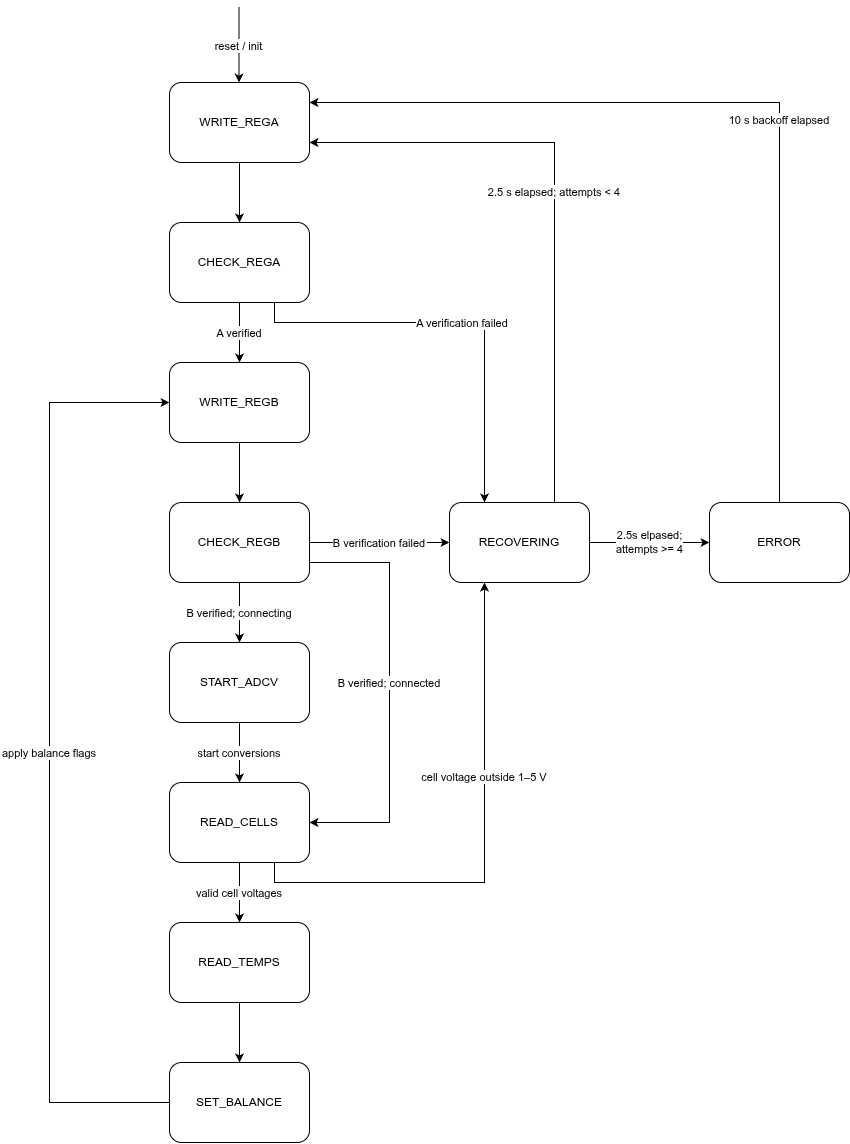
PurdueElectricRacing/monorepo keeps this draw.io diagram as firmware/source/a_box/adbms/ADBMS_FSM.drawio.png. Above is the earlier version. Source tidied: cells renumbered, new cells last; positions are measured from the earlier drawing's top-left corner, leaving out a move shared by most shapes. Source of this version:
```xml
<mxGraphModel background="#FFFFFF">
  <root>
    <mxCell id="0" />
    <mxCell id="1" parent="0" />
    <mxCell id="2" value="WRITE_REGA" style="rounded=1;whiteSpace=wrap;html=0;fillColor=#FFFFFF;strokeColor=#000000;fontFamily=Helvetica;fontSize=12;" parent="1" vertex="1">
      <mxGeometry x="120" y="75" width="140" height="80" as="geometry" />
    </mxCell>
    <mxCell id="3" value="CHECK_REGA" style="rounded=1;whiteSpace=wrap;html=0;fillColor=#FFFFFF;strokeColor=#000000;fontFamily=Helvetica;fontSize=12;" parent="1" vertex="1">
      <mxGeometry x="120" y="215" width="140" height="80" as="geometry" />
    </mxCell>
    <mxCell id="4" value="WRITE_REGB" style="rounded=1;whiteSpace=wrap;html=0;fillColor=#FFFFFF;strokeColor=#000000;fontFamily=Helvetica;fontSize=12;" parent="1" vertex="1">
      <mxGeometry x="120" y="355" width="140" height="80" as="geometry" />
    </mxCell>
    <mxCell id="5" value="CHECK_REGB" style="rounded=1;whiteSpace=wrap;html=0;fillColor=#FFFFFF;strokeColor=#000000;fontFamily=Helvetica;fontSize=12;" parent="1" vertex="1">
      <mxGeometry x="120" y="495" width="140" height="80" as="geometry" />
    </mxCell>
    <mxCell id="6" value="START_ADCV" style="rounded=1;whiteSpace=wrap;html=0;fillColor=#FFFFFF;strokeColor=#000000;fontFamily=Helvetica;fontSize=12;" parent="1" vertex="1">
      <mxGeometry x="120" y="635" width="140" height="80" as="geometry" />
    </mxCell>
    <mxCell id="7" value="READ_CELLS" style="rounded=1;whiteSpace=wrap;html=0;fillColor=#FFFFFF;strokeColor=#000000;fontFamily=Helvetica;fontSize=12;" parent="1" vertex="1">
      <mxGeometry x="120" y="775" width="140" height="80" as="geometry" />
    </mxCell>
    <mxCell id="8" value="READ_TEMPS" style="rounded=1;whiteSpace=wrap;html=0;fillColor=#FFFFFF;strokeColor=#000000;fontFamily=Helvetica;fontSize=12;" parent="1" vertex="1">
      <mxGeometry x="120" y="915" width="140" height="80" as="geometry" />
    </mxCell>
    <mxCell id="9" value="SET_BALANCE" style="rounded=1;whiteSpace=wrap;html=0;fillColor=#FFFFFF;strokeColor=#000000;fontFamily=Helvetica;fontSize=12;" parent="1" vertex="1">
      <mxGeometry x="120" y="1055" width="140" height="80" as="geometry" />
    </mxCell>
    <mxCell id="10" value="2.5s elpased;&lt;div&gt;attempts &amp;gt;= 4&lt;/div&gt;" style="edgeStyle=none;html=1;entryX=0;entryY=0.5;entryDx=0;entryDy=0;" parent="1" edge="1" source="11" target="12">
      <mxGeometry relative="1" as="geometry" />
    </mxCell>
    <mxCell id="11" value="RECOVERING" style="rounded=1;whiteSpace=wrap;html=0;fillColor=#FFFFFF;strokeColor=#000000;fontFamily=Helvetica;fontSize=12;" parent="1" vertex="1">
      <mxGeometry x="400" y="495" width="140" height="80" as="geometry" />
    </mxCell>
    <mxCell id="12" value="ERROR" style="rounded=1;whiteSpace=wrap;html=0;fillColor=#FFFFFF;strokeColor=#000000;fontFamily=Helvetica;fontSize=12;" parent="1" vertex="1">
      <mxGeometry x="660" y="495" width="140" height="80" as="geometry" />
    </mxCell>
    <mxCell id="13" value="reset / init" style="endArrow=classic;html=0;rounded=0;curved=0;strokeColor=#000000;" parent="1" edge="1">
      <mxGeometry relative="1" as="geometry">
        <mxPoint x="189.5" as="sourcePoint" />
        <mxPoint x="189.5" y="75" as="targetPoint" />
      </mxGeometry>
    </mxCell>
    <mxCell id="14" style="endArrow=classic;html=0;rounded=0;curved=0;strokeColor=#000000;" parent="1" edge="1" source="2" target="3">
      <mxGeometry relative="1" as="geometry" />
    </mxCell>
    <mxCell id="15" value="A verified" style="endArrow=classic;html=0;rounded=0;curved=0;strokeColor=#000000;" parent="1" edge="1" source="3" target="4">
      <mxGeometry relative="1" as="geometry" />
    </mxCell>
    <mxCell id="16" style="endArrow=classic;html=0;rounded=0;curved=0;strokeColor=#000000;" parent="1" edge="1" source="4" target="5">
      <mxGeometry relative="1" as="geometry" />
    </mxCell>
    <mxCell id="17" value="B verified; connecting" style="endArrow=classic;html=0;rounded=0;curved=0;strokeColor=#000000;" parent="1" edge="1" source="5" target="6">
      <mxGeometry relative="1" as="geometry" />
    </mxCell>
    <mxCell id="18" value="start conversions" style="endArrow=classic;html=0;rounded=0;curved=0;strokeColor=#000000;" parent="1" edge="1" source="6" target="7">
      <mxGeometry relative="1" as="geometry" />
    </mxCell>
    <mxCell id="19" value="valid cell voltages" style="endArrow=classic;html=0;rounded=0;curved=0;strokeColor=#000000;" parent="1" edge="1" source="7" target="8">
      <mxGeometry relative="1" as="geometry" />
    </mxCell>
    <mxCell id="20" style="endArrow=classic;html=0;rounded=0;curved=0;strokeColor=#000000;" parent="1" edge="1" source="8" target="9">
      <mxGeometry relative="1" as="geometry" />
    </mxCell>
    <mxCell id="21" value="B verified; connected" style="endArrow=classic;html=0;rounded=0;curved=0;strokeColor=#000000;exitX=1;exitY=0.75;exitDx=0;exitDy=0;" parent="1" edge="1" source="5" target="7">
      <mxGeometry x="-0.05" relative="1" as="geometry">
        <Array as="points">
          <mxPoint x="340" y="555" />
          <mxPoint x="340" y="815" />
        </Array>
      </mxGeometry>
    </mxCell>
    <mxCell id="22" value="apply balance flags" style="endArrow=classic;html=0;rounded=0;curved=0;strokeColor=#000000;" parent="1" edge="1" source="9" target="4">
      <mxGeometry relative="1" as="geometry">
        <Array as="points">
          <mxPoint y="1095" />
          <mxPoint y="395" />
        </Array>
      </mxGeometry>
    </mxCell>
    <mxCell id="23" value="A verification failed" style="endArrow=classic;html=0;rounded=0;strokeColor=#000000;exitX=0.75;exitY=1;exitDx=0;exitDy=0;edgeStyle=orthogonalEdgeStyle;entryX=0.25;entryY=0;entryDx=0;entryDy=0;" parent="1" edge="1" source="3" target="11">
      <mxGeometry x="0.02" relative="1" as="geometry">
        <Array as="points">
          <mxPoint x="225" y="315" />
          <mxPoint x="435" y="315" />
        </Array>
      </mxGeometry>
    </mxCell>
    <mxCell id="24" value="B verification failed" style="endArrow=classic;html=0;rounded=0;curved=0;strokeColor=#000000;exitX=1;exitY=0.5;exitDx=0;exitDy=0;" parent="1" edge="1" source="5" target="11">
      <mxGeometry relative="1" as="geometry" />
    </mxCell>
    <mxCell id="25" value="cell voltage outside 1–5 V" style="endArrow=classic;html=0;rounded=0;strokeColor=#000000;exitX=0.75;exitY=1;exitDx=0;exitDy=0;entryX=0.25;entryY=1;entryDx=0;entryDy=0;edgeStyle=orthogonalEdgeStyle;" parent="1" edge="1" source="7" target="11">
      <mxGeometry x="0.27" relative="1" as="geometry">
        <Array as="points">
          <mxPoint x="225" y="875" />
          <mxPoint x="435" y="875" />
        </Array>
      </mxGeometry>
    </mxCell>
    <mxCell id="26" value="2.5 s elapsed; attempts &lt; 4" style="endArrow=classic;html=0;rounded=0;strokeColor=#000000;exitX=0.75;exitY=0;exitDx=0;exitDy=0;entryX=1;entryY=0.75;entryDx=0;entryDy=0;edgeStyle=orthogonalEdgeStyle;" parent="1" edge="1" source="11" target="2">
      <mxGeometry x="0.03" relative="1" as="geometry" />
    </mxCell>
    <mxCell id="27" value="10 s backoff elapsed" style="endArrow=classic;html=0;rounded=0;strokeColor=#000000;edgeStyle=orthogonalEdgeStyle;entryX=1;entryY=0.25;entryDx=0;entryDy=0;exitX=0.5;exitY=0;exitDx=0;exitDy=0;" parent="1" edge="1" source="12" target="2">
      <mxGeometry x="-0.12" relative="1" as="geometry" />
    </mxCell>
  </root>
</mxGraphModel>
```
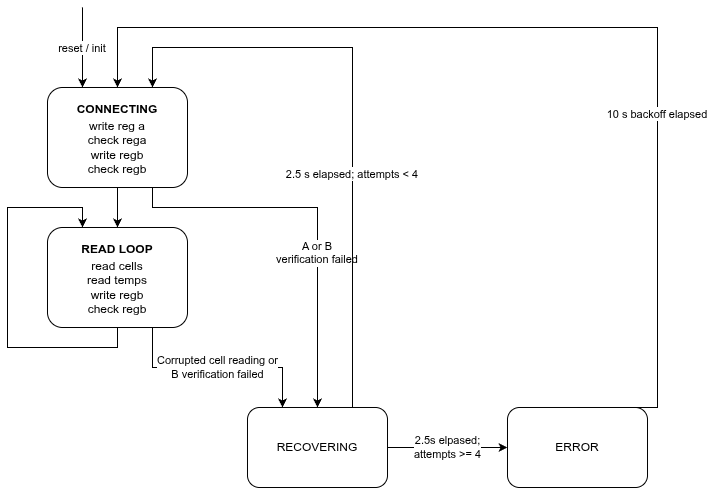
The same file after the commit.

Diff of the diagram source:
```diff
@@ -2,106 +2,71 @@
   <root>
     <mxCell id="0" />
     <mxCell id="1" parent="0" />
-    <mxCell id="2" value="WRITE_REGA" style="rounded=1;whiteSpace=wrap;html=0;fillColor=#FFFFFF;strokeColor=#000000;fontFamily=Helvetica;fontSize=12;" parent="1" vertex="1">
-      <mxGeometry x="120" y="75" width="140" height="80" as="geometry" />
+    <mxCell id="2" value="CONNECTING&#10;&#10;&#10;&#10;" style="rounded=1;whiteSpace=wrap;html=0;fillColor=#FFFFFF;strokeColor=#000000;fontFamily=Helvetica;fontSize=12;fontStyle=1;" parent="1" vertex="1">
+      <mxGeometry x="120" y="75" width="140" height="100" as="geometry" />
     </mxCell>
-    <mxCell id="3" value="CHECK_REGA" style="rounded=1;whiteSpace=wrap;html=0;fillColor=#FFFFFF;strokeColor=#000000;fontFamily=Helvetica;fontSize=12;" parent="1" vertex="1">
-      <mxGeometry x="120" y="215" width="140" height="80" as="geometry" />
+    <mxCell id="3" value="READ LOOP&#10;&#10;&#10;&#10;" style="rounded=1;whiteSpace=wrap;html=0;fillColor=#FFFFFF;strokeColor=#000000;fontFamily=Helvetica;fontSize=12;fontStyle=1;" parent="1" vertex="1">
+      <mxGeometry x="120" y="215" width="140" height="100" as="geometry" />
     </mxCell>
-    <mxCell id="4" value="WRITE_REGB" style="rounded=1;whiteSpace=wrap;html=0;fillColor=#FFFFFF;strokeColor=#000000;fontFamily=Helvetica;fontSize=12;" parent="1" vertex="1">
-      <mxGeometry x="120" y="355" width="140" height="80" as="geometry" />
-    </mxCell>
-    <mxCell id="5" value="CHECK_REGB" style="rounded=1;whiteSpace=wrap;html=0;fillColor=#FFFFFF;strokeColor=#000000;fontFamily=Helvetica;fontSize=12;" parent="1" vertex="1">
-      <mxGeometry x="120" y="495" width="140" height="80" as="geometry" />
-    </mxCell>
-    <mxCell id="6" value="START_ADCV" style="rounded=1;whiteSpace=wrap;html=0;fillColor=#FFFFFF;strokeColor=#000000;fontFamily=Helvetica;fontSize=12;" parent="1" vertex="1">
-      <mxGeometry x="120" y="635" width="140" height="80" as="geometry" />
-    </mxCell>
-    <mxCell id="7" value="READ_CELLS" style="rounded=1;whiteSpace=wrap;html=0;fillColor=#FFFFFF;strokeColor=#000000;fontFamily=Helvetica;fontSize=12;" parent="1" vertex="1">
-      <mxGeometry x="120" y="775" width="140" height="80" as="geometry" />
-    </mxCell>
-    <mxCell id="8" value="READ_TEMPS" style="rounded=1;whiteSpace=wrap;html=0;fillColor=#FFFFFF;strokeColor=#000000;fontFamily=Helvetica;fontSize=12;" parent="1" vertex="1">
-      <mxGeometry x="120" y="915" width="140" height="80" as="geometry" />
-    </mxCell>
-    <mxCell id="9" value="SET_BALANCE" style="rounded=1;whiteSpace=wrap;html=0;fillColor=#FFFFFF;strokeColor=#000000;fontFamily=Helvetica;fontSize=12;" parent="1" vertex="1">
-      <mxGeometry x="120" y="1055" width="140" height="80" as="geometry" />
-    </mxCell>
-    <mxCell id="10" value="2.5s elpased;&lt;div&gt;attempts &amp;gt;= 4&lt;/div&gt;" style="edgeStyle=none;html=1;entryX=0;entryY=0.5;entryDx=0;entryDy=0;" parent="1" edge="1" source="11" target="12">
+    <mxCell id="10" value="&lt;span style=&quot;color: rgb(0, 0, 0);&quot;&gt;2.5s elpased;&lt;/span&gt;&lt;div&gt;&lt;span style=&quot;color: rgb(0, 0, 0);&quot;&gt;attempts &amp;gt;= 4&lt;/span&gt;&lt;/div&gt;" style="edgeStyle=none;html=1;entryX=0;entryY=0.5;entryDx=0;entryDy=0;" parent="1" edge="1" source="11" target="12">
       <mxGeometry relative="1" as="geometry" />
     </mxCell>
     <mxCell id="11" value="RECOVERING" style="rounded=1;whiteSpace=wrap;html=0;fillColor=#FFFFFF;strokeColor=#000000;fontFamily=Helvetica;fontSize=12;" parent="1" vertex="1">
-      <mxGeometry x="400" y="495" width="140" height="80" as="geometry" />
+      <mxGeometry x="320" y="395" width="140" height="80" as="geometry" />
     </mxCell>
     <mxCell id="12" value="ERROR" style="rounded=1;whiteSpace=wrap;html=0;fillColor=#FFFFFF;strokeColor=#000000;fontFamily=Helvetica;fontSize=12;" parent="1" vertex="1">
-      <mxGeometry x="660" y="495" width="140" height="80" as="geometry" />
+      <mxGeometry x="580" y="395" width="140" height="80" as="geometry" />
     </mxCell>
-    <mxCell id="13" value="reset / init" style="endArrow=classic;html=0;rounded=0;curved=0;strokeColor=#000000;" parent="1" edge="1">
+    <mxCell id="13" value="reset / init" style="endArrow=classic;html=0;rounded=0;curved=0;strokeColor=#000000;entryX=0.25;entryY=0;entryDx=0;entryDy=0;" parent="1" edge="1" target="2">
       <mxGeometry relative="1" as="geometry">
-        <mxPoint x="189.5" as="sourcePoint" />
-        <mxPoint x="189.5" y="75" as="targetPoint" />
+        <mxPoint x="155" y="-5" as="sourcePoint" />
       </mxGeometry>
     </mxCell>
     <mxCell id="14" style="endArrow=classic;html=0;rounded=0;curved=0;strokeColor=#000000;" parent="1" edge="1" source="2" target="3">
       <mxGeometry relative="1" as="geometry" />
     </mxCell>
-    <mxCell id="15" value="A verified" style="endArrow=classic;html=0;rounded=0;curved=0;strokeColor=#000000;" parent="1" edge="1" source="3" target="4">
-      <mxGeometry relative="1" as="geometry" />
-    </mxCell>
-    <mxCell id="16" style="endArrow=classic;html=0;rounded=0;curved=0;strokeColor=#000000;" parent="1" edge="1" source="4" target="5">
-      <mxGeometry relative="1" as="geometry" />
-    </mxCell>
-    <mxCell id="17" value="B verified; connecting" style="endArrow=classic;html=0;rounded=0;curved=0;strokeColor=#000000;" parent="1" edge="1" source="5" target="6">
-      <mxGeometry relative="1" as="geometry" />
-    </mxCell>
-    <mxCell id="18" value="start conversions" style="endArrow=classic;html=0;rounded=0;curved=0;strokeColor=#000000;" parent="1" edge="1" source="6" target="7">
-      <mxGeometry relative="1" as="geometry" />
-    </mxCell>
-    <mxCell id="19" value="valid cell voltages" style="endArrow=classic;html=0;rounded=0;curved=0;strokeColor=#000000;" parent="1" edge="1" source="7" target="8">
-      <mxGeometry relative="1" as="geometry" />
-    </mxCell>
-    <mxCell id="20" style="endArrow=classic;html=0;rounded=0;curved=0;strokeColor=#000000;" parent="1" edge="1" source="8" target="9">
-      <mxGeometry relative="1" as="geometry" />
-    </mxCell>
-    <mxCell id="21" value="B verified; connected" style="endArrow=classic;html=0;rounded=0;curved=0;strokeColor=#000000;exitX=1;exitY=0.75;exitDx=0;exitDy=0;" parent="1" edge="1" source="5" target="7">
-      <mxGeometry x="-0.05" relative="1" as="geometry">
-        <Array as="points">
-          <mxPoint x="340" y="555" />
-          <mxPoint x="340" y="815" />
-        </Array>
-      </mxGeometry>
-    </mxCell>
-    <mxCell id="22" value="apply balance flags" style="endArrow=classic;html=0;rounded=0;curved=0;strokeColor=#000000;" parent="1" edge="1" source="9" target="4">
-      <mxGeometry relative="1" as="geometry">
-        <Array as="points">
-          <mxPoint y="1095" />
-          <mxPoint y="395" />
-        </Array>
-      </mxGeometry>
-    </mxCell>
-    <mxCell id="23" value="A verification failed" style="endArrow=classic;html=0;rounded=0;strokeColor=#000000;exitX=0.75;exitY=1;exitDx=0;exitDy=0;edgeStyle=orthogonalEdgeStyle;entryX=0.25;entryY=0;entryDx=0;entryDy=0;" parent="1" edge="1" source="3" target="11">
-      <mxGeometry x="0.02" relative="1" as="geometry">
+    <mxCell id="23" value="A or B&#10;verification failed" style="endArrow=classic;html=0;rounded=0;strokeColor=#000000;exitX=0.75;exitY=1;exitDx=0;exitDy=0;edgeStyle=orthogonalEdgeStyle;entryX=0.5;entryY=0;entryDx=0;entryDy=0;" parent="1" edge="1" source="2" target="11">
+      <mxGeometry x="0.2" relative="1" as="geometry">
         <Array as="points">
-          <mxPoint x="225" y="315" />
-          <mxPoint x="435" y="315" />
+          <mxPoint x="225" y="195" />
+          <mxPoint x="390" y="195" />
         </Array>
       </mxGeometry>
     </mxCell>
-    <mxCell id="24" value="B verification failed" style="endArrow=classic;html=0;rounded=0;curved=0;strokeColor=#000000;exitX=1;exitY=0.5;exitDx=0;exitDy=0;" parent="1" edge="1" source="5" target="11">
-      <mxGeometry relative="1" as="geometry" />
-    </mxCell>
-    <mxCell id="25" value="cell voltage outside 1–5 V" style="endArrow=classic;html=0;rounded=0;strokeColor=#000000;exitX=0.75;exitY=1;exitDx=0;exitDy=0;entryX=0.25;entryY=1;entryDx=0;entryDy=0;edgeStyle=orthogonalEdgeStyle;" parent="1" edge="1" source="7" target="11">
-      <mxGeometry x="0.27" relative="1" as="geometry">
-        <Array as="points">
-          <mxPoint x="225" y="875" />
-          <mxPoint x="435" y="875" />
-        </Array>
-      </mxGeometry>
-    </mxCell>
-    <mxCell id="26" value="2.5 s elapsed; attempts &lt; 4" style="endArrow=classic;html=0;rounded=0;strokeColor=#000000;exitX=0.75;exitY=0;exitDx=0;exitDy=0;entryX=1;entryY=0.75;entryDx=0;entryDy=0;edgeStyle=orthogonalEdgeStyle;" parent="1" edge="1" source="11" target="2">
-      <mxGeometry x="0.03" relative="1" as="geometry" />
+    <mxCell id="26" value="2.5 s elapsed; attempts &lt; 4" style="endArrow=classic;html=0;rounded=0;strokeColor=#000000;exitX=0.75;exitY=0;exitDx=0;exitDy=0;entryX=0.75;entryY=0;entryDx=0;entryDy=0;edgeStyle=orthogonalEdgeStyle;" parent="1" edge="1" source="11" target="2">
+      <mxGeometry x="-0.22" relative="1" as="geometry">
+        <Array as="points">
+          <mxPoint x="425" y="35" />
+          <mxPoint x="225" y="35" />
+        </Array>
+      </mxGeometry>
     </mxCell>
-    <mxCell id="27" value="10 s backoff elapsed" style="endArrow=classic;html=0;rounded=0;strokeColor=#000000;edgeStyle=orthogonalEdgeStyle;entryX=1;entryY=0.25;entryDx=0;entryDy=0;exitX=0.5;exitY=0;exitDx=0;exitDy=0;" parent="1" edge="1" source="12" target="2">
-      <mxGeometry x="-0.12" relative="1" as="geometry" />
+    <mxCell id="27" value="10 s backoff elapsed" style="endArrow=classic;html=0;rounded=0;strokeColor=#000000;edgeStyle=orthogonalEdgeStyle;entryX=0.5;entryY=0;entryDx=0;entryDy=0;exitX=0.5;exitY=0;exitDx=0;exitDy=0;" parent="1" edge="1" source="12" target="2">
+      <mxGeometry x="-0.29" relative="1" as="geometry">
+        <Array as="points">
+          <mxPoint x="730" y="15" />
+          <mxPoint x="190" y="15" />
+        </Array>
+      </mxGeometry>
     </mxCell>
+    <mxCell id="28" value="&lt;span style=&quot;color: rgb(0, 0, 0);&quot;&gt;write reg a&lt;/span&gt;&lt;div&gt;&lt;span style=&quot;color: rgb(0, 0, 0);&quot;&gt;check rega&lt;/span&gt;&lt;/div&gt;&lt;div&gt;&lt;span style=&quot;color: rgb(0, 0, 0);&quot;&gt;write regb&lt;/span&gt;&lt;/div&gt;&lt;div&gt;&lt;span style=&quot;color: rgb(0, 0, 0);&quot;&gt;check regb&lt;/span&gt;&lt;/div&gt;" style="text;html=1;whiteSpace=wrap;strokeColor=none;fillColor=none;align=center;verticalAlign=middle;rounded=0;" parent="1" vertex="1">
+      <mxGeometry x="120" y="105" width="140" height="60" as="geometry" />
+    </mxCell>
+    <mxCell id="29" value="&lt;span style=&quot;color: rgb(0, 0, 0);&quot;&gt;Corrupted cell reading or&lt;/span&gt;&lt;div&gt;&lt;span style=&quot;color: rgb(0, 0, 0);&quot;&gt;B verification failed&lt;/span&gt;&lt;/div&gt;" style="edgeStyle=orthogonalEdgeStyle;html=1;exitX=0.75;exitY=1;exitDx=0;exitDy=0;entryX=0.25;entryY=0;entryDx=0;entryDy=0;rounded=0;curved=0;" parent="1" edge="1" source="3" target="11">
+      <mxGeometry relative="1" as="geometry" />
+    </mxCell>
+    <mxCell id="30" value="&lt;span style=&quot;color: rgb(0, 0, 0);&quot;&gt;read cells&lt;/span&gt;&lt;div&gt;&lt;span style=&quot;color: rgb(0, 0, 0);&quot;&gt;read temps&lt;/span&gt;&lt;/div&gt;&lt;div&gt;&lt;span style=&quot;color: rgb(0, 0, 0);&quot;&gt;write regb&lt;/span&gt;&lt;/div&gt;&lt;div&gt;&lt;span style=&quot;color: rgb(0, 0, 0);&quot;&gt;check regb&lt;/span&gt;&lt;br&gt;&lt;/div&gt;" style="text;html=1;whiteSpace=wrap;strokeColor=none;fillColor=none;align=center;verticalAlign=middle;rounded=0;" parent="1" vertex="1">
+      <mxGeometry x="120" y="245" width="140" height="60" as="geometry" />
+    </mxCell>
+    <mxCell id="31" style="edgeStyle=orthogonalEdgeStyle;html=1;entryX=0.25;entryY=0;entryDx=0;entryDy=0;rounded=0;curved=0;exitX=0.5;exitY=1;exitDx=0;exitDy=0;innerLoopWaypoints=1;" parent="1" edge="1" source="3" target="3">
+      <mxGeometry x="0.07" relative="1" as="geometry">
+        <Array as="points">
+          <mxPoint x="190" y="335" />
+          <mxPoint x="80" y="335" />
+          <mxPoint x="80" y="195" />
+          <mxPoint x="155" y="195" />
+        </Array>
+      </mxGeometry>
+    </mxCell>
   </root>
 </mxGraphModel>
```
